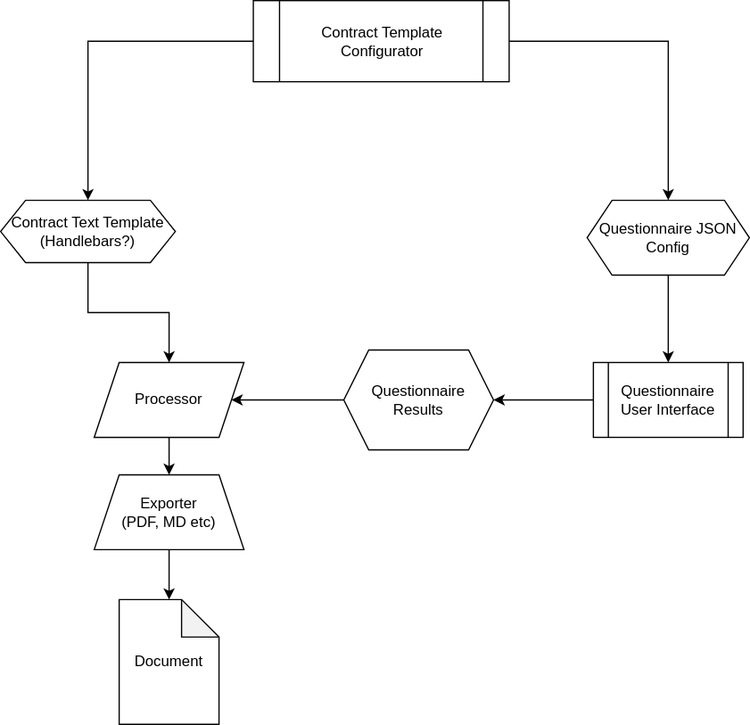
nikpl7777/drafter-highlevel-tech-overiview keeps this draw.io diagram as highlevel-architecture.svg. Above is the earlier version. Source tidied: cells renumbered, new cells last; positions are measured from the earlier drawing's top-left corner, leaving out a move shared by most shapes.
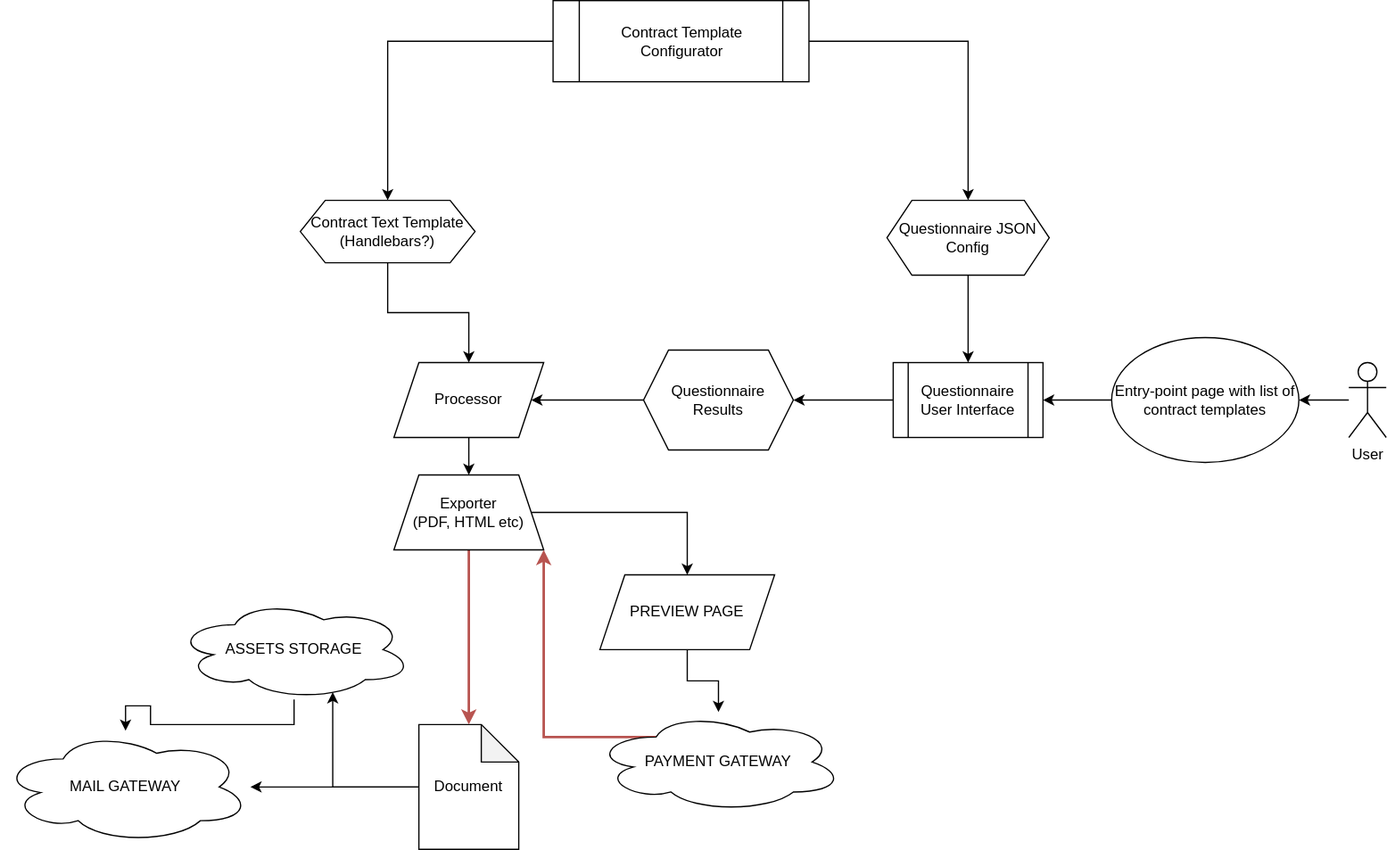
After the change.

Change to the diagram source:
```diff
@@ -41,14 +41,56 @@
     <mxCell id="14" value="Processor" style="shape=parallelogram;perimeter=parallelogramPerimeter;whiteSpace=wrap;html=1;fixedSize=1;" parent="1" vertex="1">
       <mxGeometry x="75" y="290" width="120" height="60" as="geometry" />
     </mxCell>
+    <mxCell id="18" style="edgeStyle=orthogonalEdgeStyle;rounded=0;jettySize=auto;html=1;" parent="1" edge="1" source="15" target="29">
+      <mxGeometry relative="1" as="geometry" />
+    </mxCell>
+    <mxCell id="19" style="edgeStyle=orthogonalEdgeStyle;rounded=0;jettySize=auto;html=1;entryX=0.663;entryY=0.925;entryDx=0;entryDy=0;entryPerimeter=0;strokeWidth=1;" parent="1" edge="1" source="15" target="31">
+      <mxGeometry relative="1" as="geometry" />
+    </mxCell>
     <mxCell id="15" value="Document" style="shape=note;whiteSpace=wrap;html=1;backgroundOutline=1;darkOpacity=0.05;" parent="1" vertex="1">
-      <mxGeometry x="95" y="480" width="80" height="100" as="geometry" />
+      <mxGeometry x="95" y="580" width="80" height="100" as="geometry" />
     </mxCell>
+    <mxCell id="20" style="edgeStyle=orthogonalEdgeStyle;rounded=0;jettySize=auto;html=1;entryX=0.5;entryY=0;entryDx=0;entryDy=0;" parent="1" edge="1" source="17" target="26">
+      <mxGeometry relative="1" as="geometry" />
+    </mxCell>
-    <mxCell id="16" style="edgeStyle=orthogonalEdgeStyle;rounded=0;jettySize=auto;html=1;" parent="1" edge="1" source="17" target="15">
+    <mxCell id="16" style="edgeStyle=orthogonalEdgeStyle;rounded=0;jettySize=auto;html=1;entryX=0.5;entryY=0;entryDx=0;entryDy=0;entryPerimeter=0;fillColor=#f8cecc;strokeColor=#b85450;strokeWidth=2;" parent="1" edge="1" source="17" target="15">
       <mxGeometry relative="1" as="geometry" />
     </mxCell>
-    <mxCell id="17" value="Exporter&lt;br&gt;(PDF, MD etc)" style="shape=trapezoid;perimeter=trapezoidPerimeter;whiteSpace=wrap;html=1;fixedSize=1;" parent="1" vertex="1">
+    <mxCell id="17" value="Exporter&lt;br&gt;(PDF, HTML etc)" style="shape=trapezoid;perimeter=trapezoidPerimeter;whiteSpace=wrap;html=1;fixedSize=1;" parent="1" vertex="1">
       <mxGeometry x="75" y="380" width="120" height="60" as="geometry" />
     </mxCell>
+    <mxCell id="21" style="edgeStyle=orthogonalEdgeStyle;rounded=0;jettySize=auto;html=1;" parent="1" edge="1" source="22" target="24">
+      <mxGeometry relative="1" as="geometry" />
+    </mxCell>
+    <mxCell id="22" value="User&lt;br&gt;" style="shape=umlActor;verticalLabelPosition=bottom;verticalAlign=top;html=1;outlineConnect=0;" parent="1" vertex="1">
+      <mxGeometry x="840" y="290" width="30" height="60" as="geometry" />
+    </mxCell>
+    <mxCell id="23" style="edgeStyle=orthogonalEdgeStyle;rounded=0;jettySize=auto;html=1;" parent="1" edge="1" source="24" target="10">
+      <mxGeometry relative="1" as="geometry" />
+    </mxCell>
+    <mxCell id="24" value="Entry-point page with list of contract templates" style="ellipse;whiteSpace=wrap;html=1;" parent="1" vertex="1">
+      <mxGeometry x="650" y="270" width="150" height="100" as="geometry" />
+    </mxCell>
+    <mxCell id="25" style="edgeStyle=orthogonalEdgeStyle;rounded=0;jettySize=auto;html=1;" parent="1" edge="1" source="26" target="28">
+      <mxGeometry relative="1" as="geometry" />
+    </mxCell>
+    <mxCell id="26" value="PREVIEW PAGE" style="shape=parallelogram;perimeter=parallelogramPerimeter;whiteSpace=wrap;html=1;fixedSize=1;" parent="1" vertex="1">
+      <mxGeometry x="240" y="460" width="140" height="60" as="geometry" />
+    </mxCell>
+    <mxCell id="27" style="edgeStyle=orthogonalEdgeStyle;rounded=0;jettySize=auto;html=1;exitX=0.25;exitY=0.25;exitDx=0;exitDy=0;exitPerimeter=0;entryX=1;entryY=1;entryDx=0;entryDy=0;fillColor=#f8cecc;strokeColor=#b85450;strokeWidth=2;" parent="1" edge="1" source="28" target="17">
+      <mxGeometry relative="1" as="geometry" />
+    </mxCell>
+    <mxCell id="28" value="PAYMENT GATEWAY" style="ellipse;shape=cloud;whiteSpace=wrap;html=1;" parent="1" vertex="1">
+      <mxGeometry x="235" y="570" width="200" height="80" as="geometry" />
+    </mxCell>
+    <mxCell id="29" value="MAIL GATEWAY" style="ellipse;shape=cloud;whiteSpace=wrap;html=1;" parent="1" vertex="1">
+      <mxGeometry x="-240" y="585" width="200" height="90" as="geometry" />
+    </mxCell>
+    <mxCell id="30" style="edgeStyle=orthogonalEdgeStyle;rounded=0;jettySize=auto;html=1;strokeWidth=1;" parent="1" edge="1" source="31" target="29">
+      <mxGeometry relative="1" as="geometry" />
+    </mxCell>
+    <mxCell id="31" value="ASSETS STORAGE" style="ellipse;shape=cloud;whiteSpace=wrap;html=1;" parent="1" vertex="1">
+      <mxGeometry x="-100" y="480" width="190" height="80" as="geometry" />
+    </mxCell>
   </root>
 </mxGraphModel>
```
